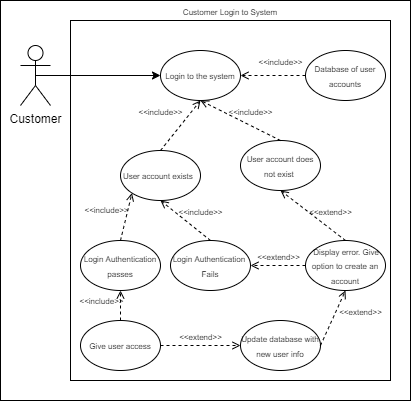
The draw.io diagram docs/images/useCase7.png in CS-3450-Group-13/frappy, before a commit. Source tidied: cells renumbered, new cells last; positions are measured from the earlier drawing's top-left corner, leaving out a move shared by most shapes. The source it was exported from:
```xml
<mxGraphModel>
  <root>
    <mxCell id="0" />
    <mxCell id="1" parent="0" />
    <mxCell id="2" style="rounded=0;whiteSpace=wrap;html=1;fontSize=8;" parent="1" vertex="1">
      <mxGeometry width="410" height="400" as="geometry" />
    </mxCell>
    <mxCell id="3" value="Customer Login to System" style="rounded=0;whiteSpace=wrap;html=1;fontSize=8;labelPosition=center;verticalLabelPosition=top;align=center;verticalAlign=bottom;" parent="1" vertex="1">
      <mxGeometry x="70" y="20" width="320" height="360" as="geometry" />
    </mxCell>
    <mxCell id="4" style="edgeStyle=orthogonalEdgeStyle;rounded=0;jettySize=auto;html=1;exitX=0.5;exitY=0.5;exitDx=0;exitDy=0;exitPerimeter=0;entryX=0;entryY=0.5;entryDx=0;entryDy=0;" parent="1" edge="1" source="5" target="6">
      <mxGeometry relative="1" as="geometry" />
    </mxCell>
    <mxCell id="5" value="Customer" style="shape=umlActor;verticalLabelPosition=bottom;verticalAlign=top;html=1;outlineConnect=0;" parent="1" vertex="1">
      <mxGeometry x="20" y="45" width="30" height="60" as="geometry" />
    </mxCell>
    <mxCell id="6" value="&lt;font style=&quot;font-size: 8px;&quot;&gt;Login to the system&lt;/font&gt;" style="ellipse;whiteSpace=wrap;html=1;" parent="1" vertex="1">
      <mxGeometry x="160" y="50" width="80" height="50" as="geometry" />
    </mxCell>
    <mxCell id="7" value="&lt;font style=&quot;font-size: 8px;&quot;&gt;Database of user accounts&lt;/font&gt;" style="ellipse;whiteSpace=wrap;html=1;" parent="1" vertex="1">
      <mxGeometry x="305" y="50" width="80" height="50" as="geometry" />
    </mxCell>
    <mxCell id="8" value="&lt;font style=&quot;font-size: 8px;&quot;&gt;User account exists&amp;nbsp;&amp;nbsp;&lt;/font&gt;" style="ellipse;whiteSpace=wrap;html=1;" parent="1" vertex="1">
      <mxGeometry x="120" y="150" width="80" height="50" as="geometry" />
    </mxCell>
    <mxCell id="9" value="&lt;font style=&quot;font-size: 8px;&quot;&gt;User account does not exist&amp;nbsp;&lt;/font&gt;" style="ellipse;whiteSpace=wrap;html=1;" parent="1" vertex="1">
      <mxGeometry x="240" y="140" width="80" height="50" as="geometry" />
    </mxCell>
    <mxCell id="10" value="&lt;font style=&quot;font-size: 8px;&quot;&gt;Login Authentication passes&lt;/font&gt;" style="ellipse;whiteSpace=wrap;html=1;" parent="1" vertex="1">
      <mxGeometry x="80" y="240" width="80" height="50" as="geometry" />
    </mxCell>
    <mxCell id="11" value="&lt;font style=&quot;font-size: 8px;&quot;&gt;&amp;nbsp;Display error. Give option to create an account&lt;/font&gt;" style="ellipse;whiteSpace=wrap;html=1;" parent="1" vertex="1">
      <mxGeometry x="305" y="240" width="80" height="50" as="geometry" />
    </mxCell>
    <mxCell id="12" value="&lt;font style=&quot;font-size: 8px;&quot;&gt;Login Authentication&amp;nbsp;&lt;br&gt;Fails&lt;br&gt;&lt;/font&gt;" style="ellipse;whiteSpace=wrap;html=1;" parent="1" vertex="1">
      <mxGeometry x="170" y="240" width="80" height="50" as="geometry" />
    </mxCell>
    <mxCell id="13" value="&lt;font style=&quot;font-size: 8px;&quot;&gt;Update database with new user info&lt;br&gt;&lt;/font&gt;" style="ellipse;whiteSpace=wrap;html=1;" parent="1" vertex="1">
      <mxGeometry x="240" y="320" width="80" height="50" as="geometry" />
    </mxCell>
    <mxCell id="14" value="&lt;span style=&quot;font-size: 8px;&quot;&gt;Give user access&lt;/span&gt;" style="ellipse;whiteSpace=wrap;html=1;" parent="1" vertex="1">
      <mxGeometry x="80" y="320" width="80" height="50" as="geometry" />
    </mxCell>
    <mxCell id="15" value="&amp;lt;&amp;lt;include&amp;gt;&amp;gt;" style="html=1;verticalAlign=bottom;labelBackgroundColor=none;endArrow=open;endFill=0;dashed=1;rounded=0;fontSize=8;exitX=0.5;exitY=0;exitDx=0;exitDy=0;entryX=0.5;entryY=1;entryDx=0;entryDy=0;" parent="1" edge="1" source="8" target="6">
      <mxGeometry x="-0.27" y="19" relative="1" as="geometry" />
    </mxCell>
    <mxCell id="16" value="&amp;lt;&amp;lt;include&amp;gt;&amp;gt;" style="html=1;verticalAlign=bottom;labelBackgroundColor=none;endArrow=open;endFill=0;dashed=1;rounded=0;fontSize=8;exitX=0.5;exitY=0;exitDx=0;exitDy=0;entryX=0.5;entryY=1;entryDx=0;entryDy=0;" parent="1" edge="1" source="9" target="6">
      <mxGeometry x="-0.2" y="-4" relative="1" as="geometry" />
    </mxCell>
    <mxCell id="17" value="&amp;lt;&amp;lt;include&amp;gt;&amp;gt;" style="html=1;verticalAlign=bottom;labelBackgroundColor=none;endArrow=open;endFill=0;dashed=1;rounded=0;fontSize=8;entryX=0;entryY=1;entryDx=0;entryDy=0;" parent="1" edge="1" target="8">
      <mxGeometry x="-0.27" y="19" relative="1" as="geometry">
        <mxPoint x="120" y="240" as="sourcePoint" />
      </mxGeometry>
    </mxCell>
    <mxCell id="18" value="&amp;lt;&amp;lt;include&amp;gt;&amp;gt;" style="html=1;verticalAlign=bottom;labelBackgroundColor=none;endArrow=open;endFill=0;dashed=1;rounded=0;fontSize=8;entryX=0.5;entryY=1;entryDx=0;entryDy=0;exitX=0.5;exitY=0;exitDx=0;exitDy=0;" parent="1" edge="1" source="12" target="8">
      <mxGeometry x="-0.37" y="-9" relative="1" as="geometry" />
    </mxCell>
    <mxCell id="19" value="&amp;lt;&amp;lt;include&amp;gt;&amp;gt;" style="html=1;verticalAlign=bottom;labelBackgroundColor=none;endArrow=open;endFill=0;dashed=1;rounded=0;fontSize=8;entryX=1;entryY=0.5;entryDx=0;entryDy=0;exitX=0;exitY=0.5;exitDx=0;exitDy=0;" parent="1" edge="1" source="7" target="6">
      <mxGeometry x="-0.23" y="-5" relative="1" as="geometry" />
    </mxCell>
    <mxCell id="20" value="&amp;lt;&amp;lt;extend&amp;gt;&amp;gt;" style="html=1;verticalAlign=bottom;labelBackgroundColor=none;endArrow=open;endFill=0;dashed=1;rounded=0;fontSize=8;entryX=1;entryY=0.5;entryDx=0;entryDy=0;exitX=0;exitY=0.5;exitDx=0;exitDy=0;" parent="1" edge="1" source="11" target="12">
      <mxGeometry relative="1" as="geometry" />
    </mxCell>
    <mxCell id="21" value="&amp;lt;&amp;lt;extend&amp;gt;&amp;gt;" style="html=1;verticalAlign=bottom;labelBackgroundColor=none;endArrow=open;endFill=0;dashed=1;rounded=0;fontSize=8;entryX=0.5;entryY=1;entryDx=0;entryDy=0;exitX=0.5;exitY=0;exitDx=0;exitDy=0;" parent="1" edge="1" source="11" target="9">
      <mxGeometry x="-0.41" y="-7" relative="1" as="geometry" />
    </mxCell>
    <mxCell id="22" value="&amp;lt;&amp;lt;include&amp;gt;&amp;gt;" style="html=1;verticalAlign=bottom;labelBackgroundColor=none;endArrow=open;endFill=0;dashed=1;rounded=0;fontSize=8;entryX=0.5;entryY=1;entryDx=0;entryDy=0;exitX=0.5;exitY=0;exitDx=0;exitDy=0;" parent="1" edge="1" source="14" target="10">
      <mxGeometry x="-0.27" y="19" relative="1" as="geometry" />
    </mxCell>
    <mxCell id="23" value="&amp;lt;&amp;lt;extend&amp;gt;&amp;gt;" style="html=1;verticalAlign=bottom;labelBackgroundColor=none;endArrow=open;endFill=0;dashed=1;rounded=0;fontSize=8;exitX=1;exitY=0.5;exitDx=0;exitDy=0;entryX=0;entryY=0.5;entryDx=0;entryDy=0;" parent="1" edge="1" source="14" target="13">
      <mxGeometry relative="1" as="geometry" />
    </mxCell>
    <mxCell id="24" value="&amp;lt;&amp;lt;extend&amp;gt;&amp;gt;" style="html=1;verticalAlign=bottom;labelBackgroundColor=none;endArrow=open;endFill=0;dashed=1;rounded=0;fontSize=8;entryX=0.5;entryY=1;entryDx=0;entryDy=0;exitX=1;exitY=0.5;exitDx=0;exitDy=0;" parent="1" edge="1" source="13" target="11">
      <mxGeometry x="0.3" y="-26" relative="1" as="geometry" />
    </mxCell>
  </root>
</mxGraphModel>
```
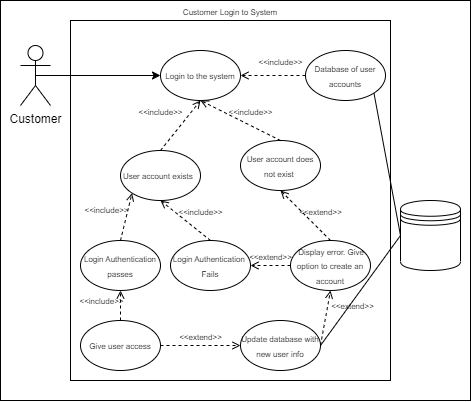
Above is the later version.

Diff of the diagram source:
```diff
@@ -3,7 +3,7 @@
     <mxCell id="0" />
     <mxCell id="1" parent="0" />
     <mxCell id="2" style="rounded=0;whiteSpace=wrap;html=1;fontSize=8;" parent="1" vertex="1">
-      <mxGeometry width="410" height="400" as="geometry" />
+      <mxGeometry width="470" height="400" as="geometry" />
     </mxCell>
     <mxCell id="3" value="Customer Login to System" style="rounded=0;whiteSpace=wrap;html=1;fontSize=8;labelPosition=center;verticalLabelPosition=top;align=center;verticalAlign=bottom;" parent="1" vertex="1">
       <mxGeometry x="70" y="20" width="320" height="360" as="geometry" />
@@ -30,7 +30,7 @@
       <mxGeometry x="80" y="240" width="80" height="50" as="geometry" />
     </mxCell>
     <mxCell id="11" value="&lt;font style=&quot;font-size: 8px;&quot;&gt;&amp;nbsp;Display error. Give option to create an account&lt;/font&gt;" style="ellipse;whiteSpace=wrap;html=1;" parent="1" vertex="1">
-      <mxGeometry x="305" y="240" width="80" height="50" as="geometry" />
+      <mxGeometry x="290" y="240" width="80" height="50" as="geometry" />
     </mxCell>
     <mxCell id="12" value="&lt;font style=&quot;font-size: 8px;&quot;&gt;Login Authentication&amp;nbsp;&lt;br&gt;Fails&lt;br&gt;&lt;/font&gt;" style="ellipse;whiteSpace=wrap;html=1;" parent="1" vertex="1">
       <mxGeometry x="170" y="240" width="80" height="50" as="geometry" />
@@ -73,5 +73,14 @@
     <mxCell id="24" value="&amp;lt;&amp;lt;extend&amp;gt;&amp;gt;" style="html=1;verticalAlign=bottom;labelBackgroundColor=none;endArrow=open;endFill=0;dashed=1;rounded=0;fontSize=8;entryX=0.5;entryY=1;entryDx=0;entryDy=0;exitX=1;exitY=0.5;exitDx=0;exitDy=0;" parent="1" edge="1" source="13" target="11">
       <mxGeometry x="0.3" y="-26" relative="1" as="geometry" />
     </mxCell>
+    <mxCell id="25" style="shape=datastore;whiteSpace=wrap;html=1;" parent="1" vertex="1">
+      <mxGeometry x="400" y="200" width="60" height="70" as="geometry" />
+    </mxCell>
+    <mxCell id="26" style="endArrow=none;html=1;rounded=0;entryX=0;entryY=0.5;entryDx=0;entryDy=0;exitX=1;exitY=1;exitDx=0;exitDy=0;" parent="1" edge="1" source="7" target="25">
+      <mxGeometry relative="1" as="geometry" />
+    </mxCell>
+    <mxCell id="27" style="endArrow=none;html=1;rounded=0;entryX=0;entryY=0.5;entryDx=0;entryDy=0;exitX=1;exitY=0.5;exitDx=0;exitDy=0;" parent="1" edge="1" source="13" target="25">
+      <mxGeometry relative="1" as="geometry" />
+    </mxCell>
   </root>
 </mxGraphModel>
```
